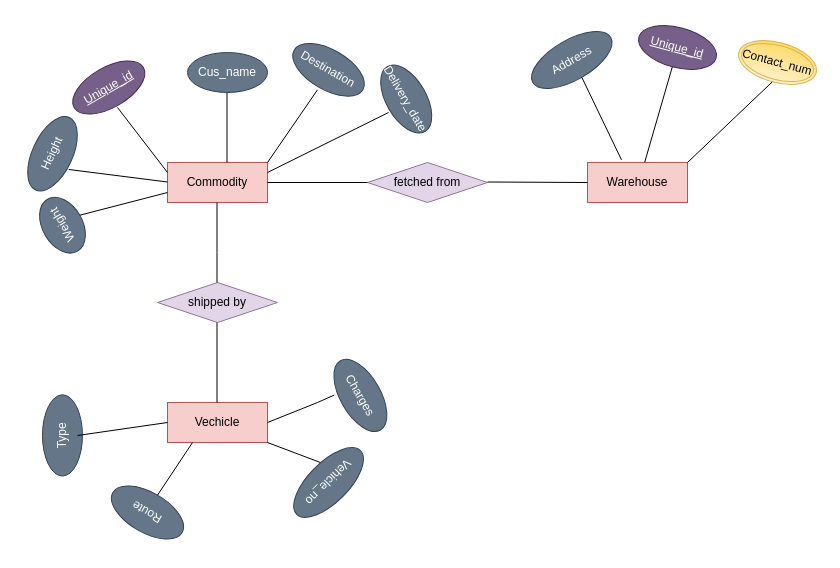
Earlier version of the draw.io diagram Untitled Diagram.drawio (mdatif796/dbms_project). Source tidied: cells renumbered, new cells numbered last; positions are measured from the earlier drawing's top-left corner, leaving out a move shared by most shapes. Both pictures are drawn from the tidied source at 100%, with x=0, y=0 at pixel (12, 27).
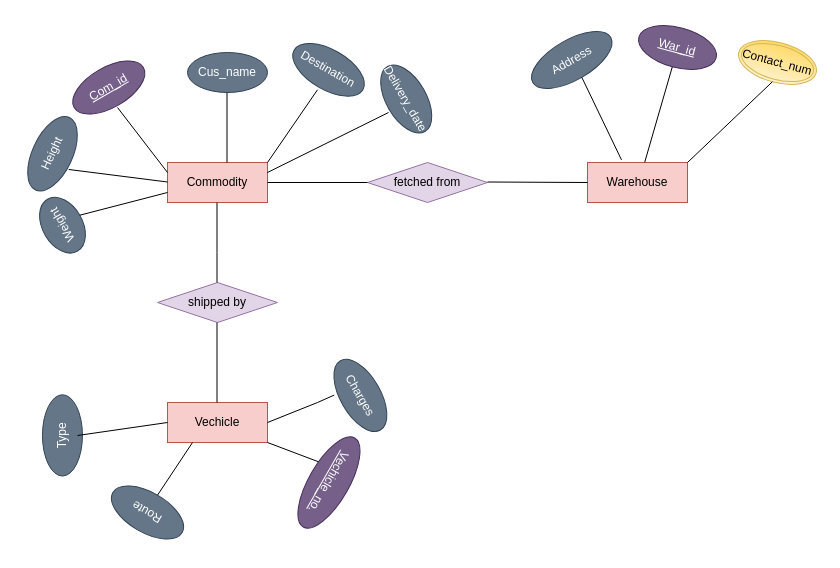
Above is the later version.

The edit, as a diff of the source:
```diff
@@
-    <mxCell id="7" value="Unique_id" style="ellipse;whiteSpace=wrap;html=1;align=center;fontStyle=4;rotation=-30;fillColor=#76608a;fontColor=#ffffff;strokeColor=#432D57;" parent="1" vertex="1">
+    <mxCell id="7" value="Com_id" style="ellipse;whiteSpace=wrap;html=1;align=center;fontStyle=4;rotation=-30;fillColor=#76608a;fontColor=#ffffff;strokeColor=#432D57;" parent="1" vertex="1">
       <mxGeometry x="56.3" y="40" width="80" height="40" as="geometry" />
     </mxCell>
@@
-    <mxCell id="25" value="Unique_id" style="ellipse;whiteSpace=wrap;html=1;align=center;fontStyle=4;rotation=15;fillColor=#76608a;fontColor=#ffffff;strokeColor=#432D57;" parent="1" vertex="1">
+    <mxCell id="25" value="War_id" style="ellipse;whiteSpace=wrap;html=1;align=center;fontStyle=4;rotation=15;fillColor=#76608a;fontColor=#ffffff;strokeColor=#432D57;" parent="1" vertex="1">
       <mxGeometry x="625" width="80" height="40" as="geometry" />
     </mxCell>
@@
-    <mxCell id="30" value="Vehicle_no" style="ellipse;whiteSpace=wrap;html=1;align=center;rotation=-225;fillColor=#647687;fontColor=#ffffff;strokeColor=#314354;" parent="1" vertex="1">
-      <mxGeometry x="271.1" y="435" width="90" height="40" as="geometry" />
-    </mxCell>
@@
+    <mxCell id="37" value="Vechicle_no." style="ellipse;whiteSpace=wrap;html=1;align=center;fontStyle=4;fillColor=#76608a;fontColor=#ffffff;strokeColor=#432D57;direction=west;rotation=120;" parent="1" vertex="1">
+      <mxGeometry x="265" y="435" width="102.9" height="40" as="geometry" />
+    </mxCell>
```
